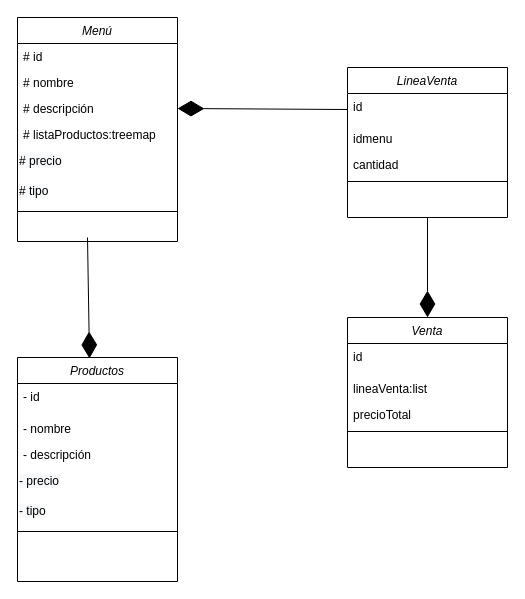
Above: diagrama de clses de  kfc.drawio in Azaharabl/kfc_ejercicio_BR_Azahara (draw.io), before the change. Source tidied: cells renumbered, new cells numbered last; positions are measured from the earlier drawing's top-left corner, leaving out a move shared by most shapes. Both pictures are drawn from the tidied source at 100%, with x=0, y=0 at pixel (17, 17).
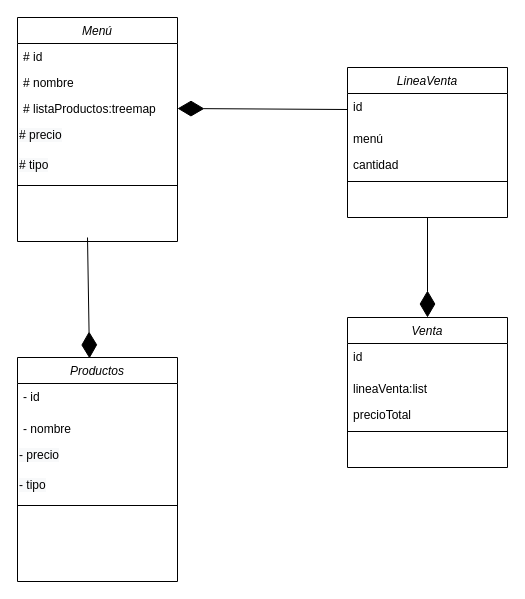
After the change.

The change refers to these unchanged cells:
```xml
<mxCell id="2" value="Menú" style="swimlane;fontStyle=2;align=center;verticalAlign=top;horizontal=1;startSize=26;rounded=0;shadow=0;strokeWidth=1;" parent="1" vertex="1">
  <mxGeometry width="160" height="224" as="geometry" />
</mxCell>
<mxCell id="10" value="Productos" style="swimlane;fontStyle=2;align=center;verticalAlign=top;horizontal=1;startSize=26;rounded=0;shadow=0;strokeWidth=1;" parent="1" vertex="1">
  <mxGeometry y="340" width="160" height="224" as="geometry" />
</mxCell>
<mxCell id="18" value="LineaVenta" style="swimlane;fontStyle=2;align=center;verticalAlign=top;horizontal=1;startSize=26;rounded=0;shadow=0;strokeWidth=1;" parent="1" vertex="1">
  <mxGeometry x="330" y="50" width="160" height="150" as="geometry" />
</mxCell>
<mxCell id="19" value="id" style="text;align=left;verticalAlign=top;spacingLeft=4;spacingRight=4;overflow=hidden;points=[[0,0.5],[1,0.5]];portConstraint=eastwest;" parent="18" vertex="1">
  <mxGeometry y="26" width="160" height="32" as="geometry" />
</mxCell>
```

Change to the diagram source:
```diff
@@
-    <mxCell id="5" value="# descripción" style="text;align=left;verticalAlign=top;spacingLeft=4;spacingRight=4;overflow=hidden;points=[[0,0.5],[1,0.5]];portConstraint=eastwest;rounded=0;shadow=0;html=0;" parent="2" vertex="1">
-      <mxGeometry y="78" width="160" height="26" as="geometry" />
-    </mxCell>
     <mxCell id="6" value="# listaProductos:treemap" style="text;align=left;verticalAlign=top;spacingLeft=4;spacingRight=4;overflow=hidden;rounded=0;shadow=0;html=0;" parent="2" vertex="1">
-      <mxGeometry y="104" width="160" height="26" as="geometry" />
+      <mxGeometry y="78" width="160" height="26" as="geometry" />
     </mxCell>
     <mxCell id="7" value="&lt;span style=&quot;color: rgb(0 , 0 , 0) ; font-family: &amp;#34;helvetica&amp;#34; ; font-size: 12px ; font-style: normal ; font-weight: 400 ; letter-spacing: normal ; text-align: left ; text-indent: 0px ; text-transform: none ; word-spacing: 0px ; background-color: rgb(248 , 249 , 250) ; display: inline ; float: none&quot;&gt;# precio&lt;/span&gt;" style="text;whiteSpace=wrap;html=1;" parent="2" vertex="1">
-      <mxGeometry y="130" width="160" height="30" as="geometry" />
+      <mxGeometry y="104" width="160" height="30" as="geometry" />
     </mxCell>
     <mxCell id="8" value="&lt;span style=&quot;color: rgb(0 , 0 , 0) ; font-family: &amp;#34;helvetica&amp;#34; ; font-size: 12px ; font-style: normal ; font-weight: 400 ; letter-spacing: normal ; text-align: left ; text-indent: 0px ; text-transform: none ; word-spacing: 0px ; background-color: rgb(248 , 249 , 250) ; display: inline ; float: none&quot;&gt;# tipo&lt;/span&gt;" style="text;whiteSpace=wrap;html=1;" parent="2" vertex="1">
-      <mxGeometry y="160" width="160" height="30" as="geometry" />
+      <mxGeometry y="134" width="160" height="30" as="geometry" />
     </mxCell>
     <mxCell id="9" style="line;html=1;strokeWidth=1;align=left;verticalAlign=middle;spacingTop=-1;spacingLeft=3;spacingRight=3;labelPosition=right;" parent="2" vertex="1">
-      <mxGeometry y="190" width="160" height="8" as="geometry" />
+      <mxGeometry y="164" width="160" height="8" as="geometry" />
     </mxCell>
@@
-    <mxCell id="13" value="- descripción" style="text;align=left;verticalAlign=top;spacingLeft=4;spacingRight=4;overflow=hidden;rounded=0;shadow=0;html=0;" parent="10" vertex="1">
-      <mxGeometry y="84" width="160" height="26" as="geometry" />
-    </mxCell>
     <mxCell id="14" value="&lt;span style=&quot;color: rgb(0 , 0 , 0) ; font-family: &amp;#34;helvetica&amp;#34; ; font-size: 12px ; font-style: normal ; font-weight: 400 ; letter-spacing: normal ; text-align: left ; text-indent: 0px ; text-transform: none ; word-spacing: 0px ; background-color: rgb(248 , 249 , 250) ; display: inline ; float: none&quot;&gt;- precio&lt;/span&gt;" style="text;whiteSpace=wrap;html=1;" parent="10" vertex="1">
-      <mxGeometry y="110" width="160" height="30" as="geometry" />
+      <mxGeometry y="84" width="160" height="30" as="geometry" />
     </mxCell>
     <mxCell id="15" value="&lt;span style=&quot;color: rgb(0 , 0 , 0) ; font-family: &amp;#34;helvetica&amp;#34; ; font-size: 12px ; font-style: normal ; font-weight: 400 ; letter-spacing: normal ; text-align: left ; text-indent: 0px ; text-transform: none ; word-spacing: 0px ; background-color: rgb(248 , 249 , 250) ; display: inline ; float: none&quot;&gt;- tipo&lt;/span&gt;" style="text;whiteSpace=wrap;html=1;" parent="10" vertex="1">
-      <mxGeometry y="140" width="160" height="30" as="geometry" />
+      <mxGeometry y="114" width="160" height="30" as="geometry" />
     </mxCell>
     <mxCell id="16" style="line;html=1;strokeWidth=1;align=left;verticalAlign=middle;spacingTop=-1;spacingLeft=3;spacingRight=3;labelPosition=right;" parent="10" vertex="1">
-      <mxGeometry y="170" width="160" height="8" as="geometry" />
+      <mxGeometry y="144" width="160" height="8" as="geometry" />
     </mxCell>
@@
-    <mxCell id="20" value="idmenu" style="text;align=left;verticalAlign=top;spacingLeft=4;spacingRight=4;overflow=hidden;rounded=0;shadow=0;html=0;" parent="18" vertex="1">
+    <mxCell id="20" value="menú" style="text;align=left;verticalAlign=top;spacingLeft=4;spacingRight=4;overflow=hidden;rounded=0;shadow=0;html=0;" parent="18" vertex="1">
       <mxGeometry y="58" width="160" height="26" as="geometry" />
     </mxCell>
@@
-    <mxCell id="23" style="endArrow=diamondThin;endFill=1;endSize=24;html=1;entryX=1;entryY=0.5;entryDx=0;entryDy=0;exitX=0;exitY=0.5;exitDx=0;exitDy=0;" parent="1" edge="1" source="19" target="5">
-      <mxGeometry relative="1" as="geometry" />
+    <mxCell id="23" style="endArrow=diamondThin;endFill=1;endSize=24;html=1;entryX=1;entryY=0.5;entryDx=0;entryDy=0;exitX=0;exitY=0.5;exitDx=0;exitDy=0;" parent="1" edge="1" source="19">
+      <mxGeometry relative="1" as="geometry">
+        <mxPoint x="160" y="91" as="targetPoint" />
+      </mxGeometry>
     </mxCell>
```
